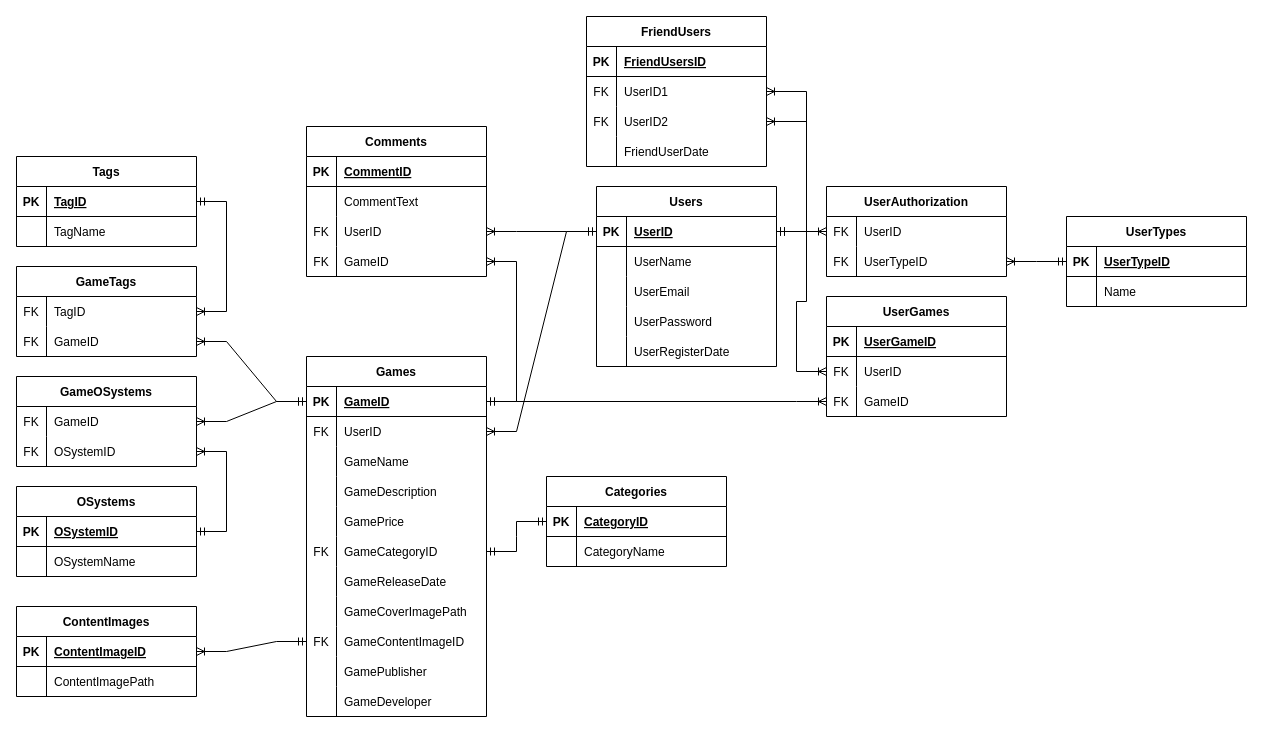
EmirLogas/GameStore keeps this draw.io diagram as GameStoreDB.drawio. Above is the earlier version. Source tidied: cells renumbered, new cells numbered last; positions are measured from the earlier drawing's top-left corner, leaving out a move shared by most shapes. Both pictures are drawn from the tidied source at 100%, with x=0, y=0 at pixel (16, 16).
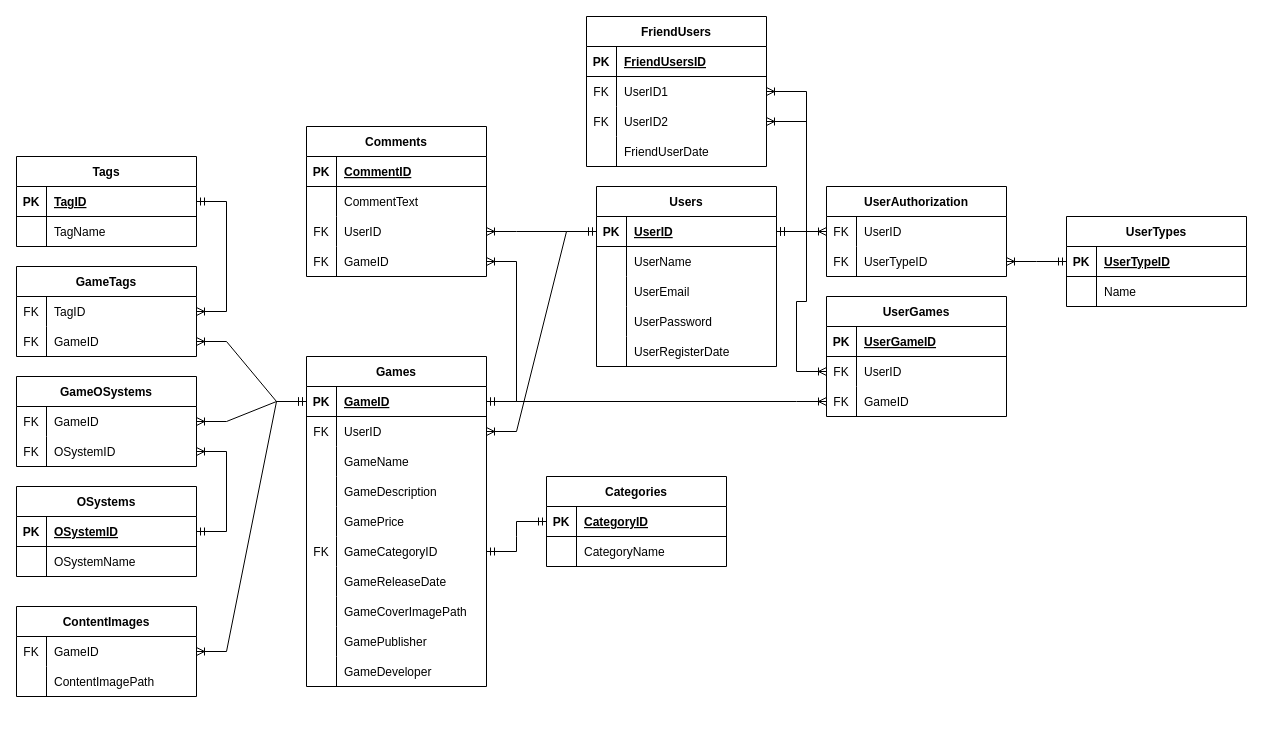
The same page after the edit.

Commit message (it also covers changes not shown here):
Can upload Image Files, images can see on homepage, if creater delete game, game images deleting too.

The change refers to these unchanged cells:
```xml
<mxCell id="10" style="shape=tableRow;horizontal=0;startSize=0;swimlaneHead=0;swimlaneBody=0;fillColor=none;points=[[0,0.5],[1,0.5]];portConstraint=eastwest;top=0;left=0;right=0;bottom=1;" parent="9" vertex="1">
  <mxGeometry y="30" width="180" height="30" as="geometry" />
</mxCell>
<mxCell id="132" value="ContentImages" style="shape=table;startSize=30;childLayout=tableLayout;rowLines=0;fontStyle=1;align=center;" parent="1" vertex="1">
  <mxGeometry y="590" width="180" height="90" as="geometry" />
</mxCell>
```

The edit, as a diff of the source:
```diff
@@
     <mxCell id="9" value="Games" style="shape=table;startSize=30;childLayout=tableLayout;rowLines=0;fontStyle=1;align=center;" parent="1" vertex="1">
-      <mxGeometry x="290" y="340" width="180" height="360" as="geometry" />
+      <mxGeometry x="290" y="340" width="180" height="330" as="geometry" />
     </mxCell>
@@
-    <mxCell id="34" style="shape=tableRow;horizontal=0;startSize=0;swimlaneHead=0;swimlaneBody=0;fillColor=none;points=[[0,0.5],[1,0.5]];portConstraint=eastwest;top=0;left=0;right=0;bottom=0;" parent="9" vertex="1">
-      <mxGeometry y="270" width="180" height="30" as="geometry" />
-    </mxCell>
-    <mxCell id="35" value="FK" style="shape=partialRectangle;fillColor=none;top=0;left=0;bottom=0;right=0;overflow=hidden;" parent="34" vertex="1">
-      <mxGeometry width="30" height="30" as="geometry" />
-    </mxCell>
-    <mxCell id="36" value="GameContentImageID" style="shape=partialRectangle;fillColor=none;top=0;left=0;bottom=0;right=0;align=left;spacingLeft=6;overflow=hidden;" parent="34" vertex="1">
-      <mxGeometry x="30" width="150" height="30" as="geometry" />
-    </mxCell>
     <mxCell id="37" style="shape=tableRow;horizontal=0;startSize=0;swimlaneHead=0;swimlaneBody=0;fillColor=none;top=0;left=0;right=0;bottom=0;" parent="9" vertex="1">
-      <mxGeometry y="300" width="180" height="30" as="geometry" />
+      <mxGeometry y="270" width="180" height="30" as="geometry" />
     </mxCell>
@@
     <mxCell id="40" style="shape=tableRow;horizontal=0;startSize=0;swimlaneHead=0;swimlaneBody=0;fillColor=none;top=0;left=0;right=0;bottom=0;" parent="9" vertex="1">
-      <mxGeometry y="330" width="180" height="30" as="geometry" />
+      <mxGeometry y="300" width="180" height="30" as="geometry" />
     </mxCell>
@@
-    <mxCell id="133" style="shape=tableRow;horizontal=0;startSize=0;swimlaneHead=0;swimlaneBody=0;fillColor=none;points=[[0,0.5],[1,0.5]];portConstraint=eastwest;top=0;left=0;right=0;bottom=1;" parent="132" vertex="1">
-      <mxGeometry y="30" width="180" height="30" as="geometry" />
-    </mxCell>
-    <mxCell id="134" value="PK" style="shape=partialRectangle;fillColor=none;top=0;left=0;bottom=0;right=0;fontStyle=1;overflow=hidden;" parent="133" vertex="1">
-      <mxGeometry width="30" height="30" as="geometry" />
-    </mxCell>
-    <mxCell id="135" value="ContentImageID" style="shape=partialRectangle;fillColor=none;top=0;left=0;bottom=0;right=0;align=left;spacingLeft=6;fontStyle=5;overflow=hidden;" parent="133" vertex="1">
-      <mxGeometry x="30" width="150" height="30" as="geometry" />
-    </mxCell>
     <mxCell id="136" style="shape=tableRow;horizontal=0;startSize=0;swimlaneHead=0;swimlaneBody=0;fillColor=none;points=[[0,0.5],[1,0.5]];portConstraint=eastwest;top=0;left=0;right=0;bottom=0;" parent="132" vertex="1">
-      <mxGeometry y="60" width="180" height="30" as="geometry" />
+      <mxGeometry y="30" width="180" height="30" as="geometry" />
     </mxCell>
-    <mxCell id="137" style="shape=partialRectangle;fillColor=none;top=0;left=0;bottom=0;right=0;overflow=hidden;" parent="136" vertex="1">
+    <mxCell id="137" value="FK" style="shape=partialRectangle;fillColor=none;top=0;left=0;bottom=0;right=0;overflow=hidden;" parent="136" vertex="1">
       <mxGeometry width="30" height="30" as="geometry" />
     </mxCell>
-    <mxCell id="138" value="ContentImagePath" style="shape=partialRectangle;fillColor=none;top=0;left=0;bottom=0;right=0;align=left;spacingLeft=6;overflow=hidden;" parent="136" vertex="1">
+    <mxCell id="138" value="GameID" style="shape=partialRectangle;fillColor=none;top=0;left=0;bottom=0;right=0;align=left;spacingLeft=6;overflow=hidden;" parent="136" vertex="1">
       <mxGeometry x="30" width="150" height="30" as="geometry" />
     </mxCell>
+    <mxCell id="159" style="shape=tableRow;horizontal=0;startSize=0;swimlaneHead=0;swimlaneBody=0;fillColor=none;top=0;left=0;right=0;bottom=0;" parent="132" vertex="1">
+      <mxGeometry y="60" width="180" height="30" as="geometry" />
+    </mxCell>
+    <mxCell id="160" style="shape=partialRectangle;fillColor=none;top=0;left=0;bottom=0;right=0;overflow=hidden;" parent="159" vertex="1">
+      <mxGeometry width="30" height="30" as="geometry" />
+    </mxCell>
+    <mxCell id="161" value="ContentImagePath" style="shape=partialRectangle;fillColor=none;top=0;left=0;bottom=0;right=0;align=left;spacingLeft=6;overflow=hidden;" parent="159" vertex="1">
+      <mxGeometry x="30" width="150" height="30" as="geometry" />
+    </mxCell>
@@
-    <mxCell id="156" style="edgeStyle=entityRelationEdgeStyle;fontSize=12;html=1;endArrow=ERoneToMany;startArrow=ERmandOne;rounded=0;" parent="1" edge="1" source="34" target="133">
-      <mxGeometry relative="1" as="geometry" />
-    </mxCell>
@@
+    <mxCell id="162" style="edgeStyle=entityRelationEdgeStyle;fontSize=12;html=1;endArrow=ERoneToMany;startArrow=ERmandOne;rounded=0;" parent="1" edge="1" source="10" target="136">
+      <mxGeometry relative="1" as="geometry" />
+    </mxCell>
```
